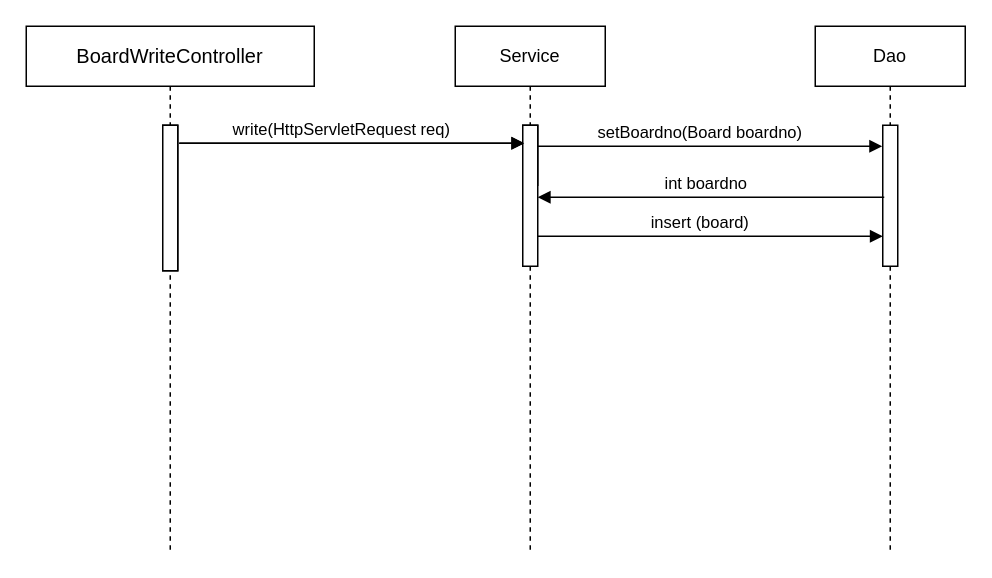
The draw.io diagram document/BoardWriteController.drawio in iamheonil/KHSemiProject, before the edit. Source tidied: cells renumbered, new cells numbered last; positions are measured from the earlier drawing's top-left corner, leaving out a move shared by most shapes. Both pictures are drawn from the tidied source at 150%, with x=0, y=0 at pixel (26, 26).
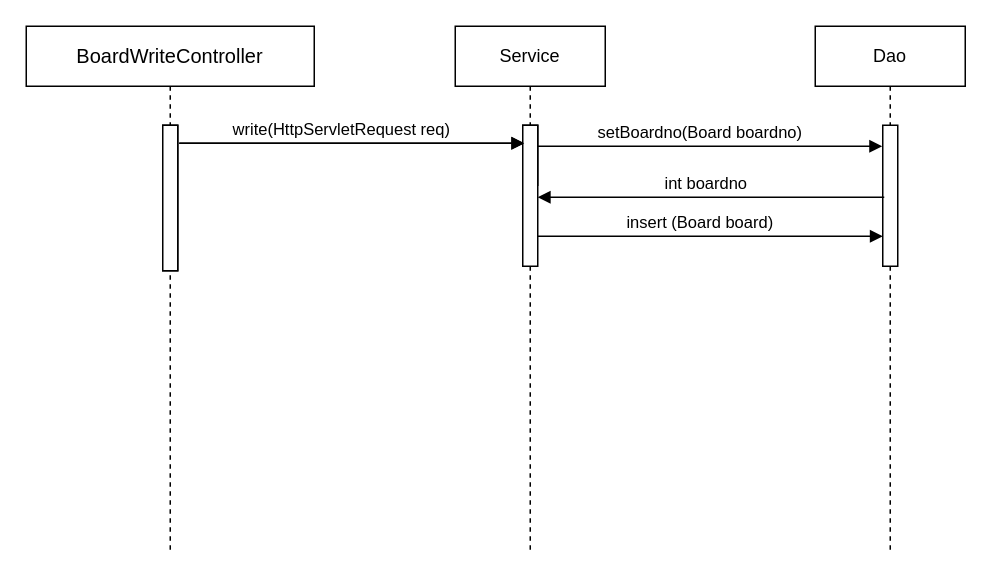
After the change.

What changed in the source:
```diff
@@
 <mxGraphModel>
   <root>
     <mxCell id="0" />
     <mxCell id="1" parent="0" />
     <mxCell id="2" style="html=1;perimeter=orthogonalPerimeter;" parent="1" vertex="1">
       <mxGeometry x="331" y="66" width="10" height="40" as="geometry" />
     </mxCell>
     <mxCell id="3" style="html=1;perimeter=orthogonalPerimeter;" parent="1" vertex="1">
       <mxGeometry x="91" y="66" width="10" height="97" as="geometry" />
     </mxCell>
     <mxCell id="4" value="write(HttpServletRequest req)" style="html=1;verticalAlign=bottom;endArrow=block;" parent="1" edge="1">
       <mxGeometry x="-0.06" relative="1" as="geometry">
         <mxPoint x="102" y="78" as="sourcePoint" />
         <mxPoint x="332" y="78" as="targetPoint" />
       </mxGeometry>
     </mxCell>
-    <mxCell id="5" value="insert (board)" style="html=1;verticalAlign=bottom;endArrow=block;" parent="1" edge="1">
+    <mxCell id="5" value="insert (Board board)" style="html=1;verticalAlign=bottom;endArrow=block;" parent="1" edge="1">
       <mxGeometry x="-0.06" relative="1" as="geometry">
         <mxPoint x="341" y="140" as="sourcePoint" />
         <mxPoint x="571" y="140" as="targetPoint" />
       </mxGeometry>
     </mxCell>
     <mxCell id="6" value="&lt;span style=&quot;font-size: 10pt ; font-family: &amp;#34;arial&amp;#34;&quot;&gt;BoardWriteController&lt;/span&gt;" style="shape=umlLifeline;perimeter=lifelinePerimeter;whiteSpace=wrap;html=1;" parent="1" vertex="1">
       <mxGeometry width="192" height="350" as="geometry" />
     </mxCell>
     <mxCell id="7" value="Service" style="shape=umlLifeline;perimeter=lifelinePerimeter;whiteSpace=wrap;html=1;" parent="1" vertex="1">
       <mxGeometry x="286" width="100" height="350" as="geometry" />
     </mxCell>
     <mxCell id="8" style="html=1;perimeter=orthogonalPerimeter;" parent="7" vertex="1">
       <mxGeometry x="45" y="66" width="10" height="94" as="geometry" />
     </mxCell>
     <mxCell id="9" value="Dao" style="shape=umlLifeline;perimeter=lifelinePerimeter;whiteSpace=wrap;html=1;" parent="1" vertex="1">
       <mxGeometry x="526" width="100" height="350" as="geometry" />
     </mxCell>
     <mxCell id="10" style="html=1;perimeter=orthogonalPerimeter;" parent="9" vertex="1">
       <mxGeometry x="45" y="66" width="10" height="94" as="geometry" />
     </mxCell>
     <mxCell id="11" style="html=1;perimeter=orthogonalPerimeter;" parent="1" vertex="1">
       <mxGeometry x="91" y="66" width="10" height="97" as="geometry" />
     </mxCell>
     <mxCell id="12" style="html=1;verticalAlign=bottom;endArrow=block;" parent="1" edge="1">
       <mxGeometry x="-0.06" relative="1" as="geometry">
         <mxPoint x="102" y="78" as="sourcePoint" />
         <mxPoint x="332" y="78" as="targetPoint" />
       </mxGeometry>
     </mxCell>
     <mxCell id="13" value="setBoardno(Board boardno)" style="html=1;verticalAlign=bottom;endArrow=block;entryX=-0.04;entryY=0.29;entryDx=0;entryDy=0;entryPerimeter=0;" parent="1" edge="1">
       <mxGeometry x="-0.06" relative="1" as="geometry">
         <mxPoint x="341" y="80" as="sourcePoint" />
         <mxPoint x="570.6" y="80" as="targetPoint" />
       </mxGeometry>
     </mxCell>
     <mxCell id="14" value="int boardno" style="html=1;verticalAlign=bottom;endArrow=block;" parent="1" edge="1">
       <mxGeometry x="0.03" relative="1" as="geometry">
         <mxPoint x="572" y="114" as="sourcePoint" />
         <mxPoint x="341" y="114" as="targetPoint" />
       </mxGeometry>
     </mxCell>
   </root>
 </mxGraphModel>
```
